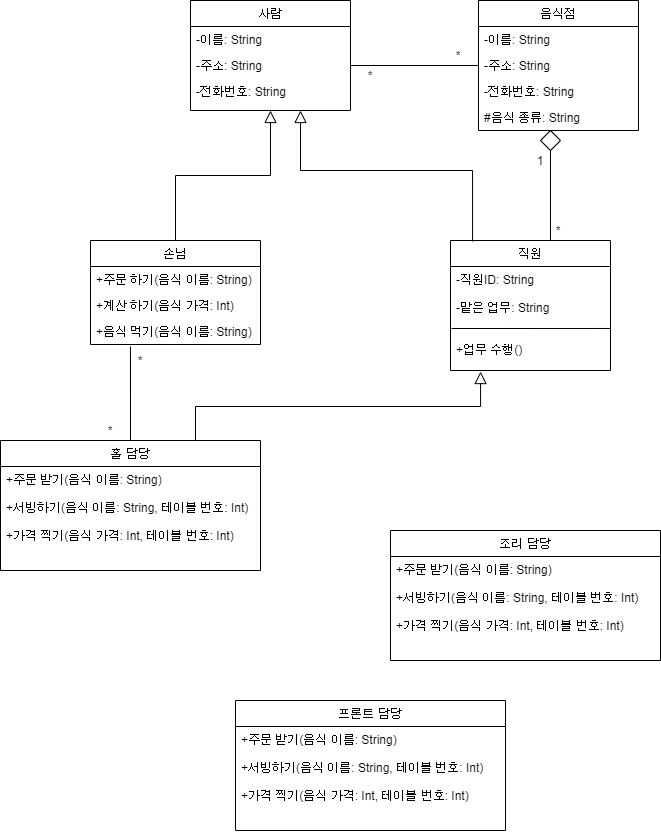
HyeminBaek/Software_engineering_HW keeps this draw.io diagram as Class Diagram.png. Above is the earlier version. Source tidied: cells renumbered, new cells last; positions are measured from the earlier drawing's top-left corner, leaving out a move shared by most shapes.
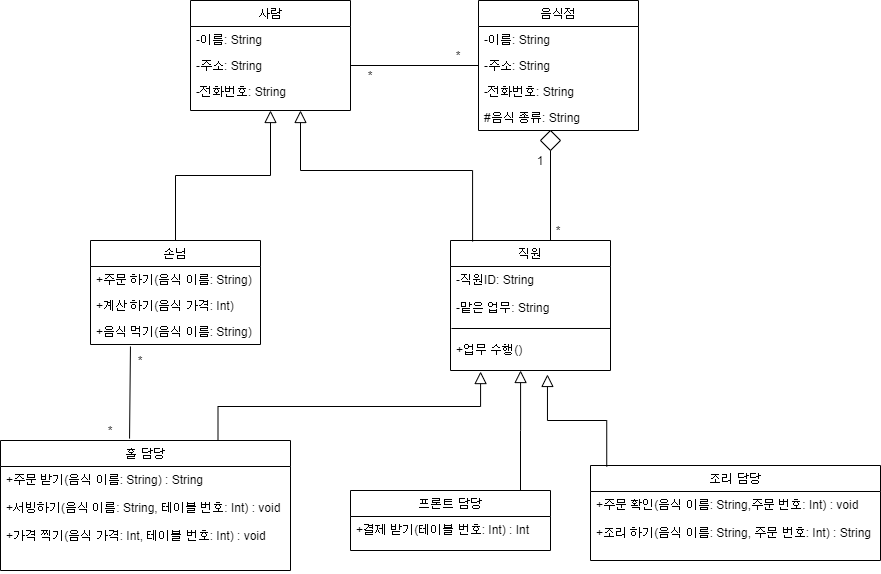
Above is the later version.

The edit, as a diff of the source:
```diff
@@ -86,10 +86,10 @@
       <mxGeometry x="538" y="220" width="40" height="20" as="geometry" />
     </mxCell>
     <mxCell id="27" value="홀 담당" style="swimlane;fontStyle=0;align=center;verticalAlign=top;horizontal=1;startSize=26;rounded=0;shadow=0;strokeWidth=1;" parent="1" vertex="1">
-      <mxGeometry y="440" width="260" height="130" as="geometry" />
+      <mxGeometry y="440" width="290" height="130" as="geometry" />
     </mxCell>
-    <mxCell id="28" value="+주문 받기(음식 이름: String)&#10;&#10;+서빙하기(음식 이름: String, 테이블 번호: Int)&#10;&#10;+가격 찍기(음식 가격: Int, 테이블 번호: Int)" style="text;align=left;verticalAlign=top;spacingLeft=4;spacingRight=4;overflow=hidden;" parent="27" vertex="1">
-      <mxGeometry y="26" width="260" height="104" as="geometry" />
+    <mxCell id="28" value="+주문 받기(음식 이름: String) : String&#10;&#10;+서빙하기(음식 이름: String, 테이블 번호: Int) : void&#10;&#10;+가격 찍기(음식 가격: Int, 테이블 번호: Int) : void" style="text;align=left;verticalAlign=top;spacingLeft=4;spacingRight=4;overflow=hidden;" parent="27" vertex="1">
+      <mxGeometry y="26" width="290" height="104" as="geometry" />
     </mxCell>
     <mxCell id="29" value="*" style="text;html=1;strokeColor=none;fillColor=none;align=center;verticalAlign=middle;whiteSpace=wrap;rounded=0;" parent="1" vertex="1">
       <mxGeometry x="120" y="350" width="40" height="20" as="geometry" />
@@ -98,22 +98,31 @@
       <mxGeometry x="90" y="420" width="40" height="20" as="geometry" />
     </mxCell>
     <mxCell id="31" value="프론트 담당" style="swimlane;fontStyle=0;align=center;verticalAlign=top;horizontal=1;startSize=26;rounded=0;shadow=0;strokeWidth=1;" parent="1" vertex="1">
-      <mxGeometry x="235" y="700" width="270" height="130" as="geometry" />
+      <mxGeometry x="350" y="490" width="200" height="60" as="geometry" />
     </mxCell>
-    <mxCell id="32" value="+주문 받기(음식 이름: String)&#10;&#10;+서빙하기(음식 이름: String, 테이블 번호: Int)&#10;&#10;+가격 찍기(음식 가격: Int, 테이블 번호: Int)" style="text;align=left;verticalAlign=top;spacingLeft=4;spacingRight=4;overflow=hidden;" parent="31" vertex="1">
-      <mxGeometry y="26" width="270" height="104" as="geometry" />
+    <mxCell id="32" value="+결제 받기(테이블 번호: Int) : Int" style="text;align=left;verticalAlign=top;spacingLeft=4;spacingRight=4;overflow=hidden;" parent="31" vertex="1">
+      <mxGeometry y="26" width="200" height="34" as="geometry" />
     </mxCell>
     <mxCell id="33" value="조리 담당" style="swimlane;fontStyle=0;align=center;verticalAlign=top;horizontal=1;startSize=26;rounded=0;shadow=0;strokeWidth=1;" parent="1" vertex="1">
-      <mxGeometry x="390" y="530" width="270" height="130" as="geometry" />
+      <mxGeometry x="590" y="465" width="290" height="95" as="geometry" />
     </mxCell>
-    <mxCell id="34" value="+주문 받기(음식 이름: String)&#10;&#10;+서빙하기(음식 이름: String, 테이블 번호: Int)&#10;&#10;+가격 찍기(음식 가격: Int, 테이블 번호: Int)" style="text;align=left;verticalAlign=top;spacingLeft=4;spacingRight=4;overflow=hidden;" parent="33" vertex="1">
-      <mxGeometry y="26" width="270" height="104" as="geometry" />
+    <mxCell id="34" value="+주문 확인(음식 이름: String,주문 번호: Int) : void&#10;&#10;+조리 하기(음식 이름: String, 주문 번호: Int) : String" style="text;align=left;verticalAlign=top;spacingLeft=4;spacingRight=4;overflow=hidden;" parent="33" vertex="1">
+      <mxGeometry y="26" width="290" height="64" as="geometry" />
     </mxCell>
     <mxCell id="35" style="endArrow=block;endSize=10;endFill=0;shadow=0;strokeWidth=1;rounded=0;edgeStyle=elbowEdgeStyle;elbow=vertical;exitX=0.75;exitY=0;exitDx=0;exitDy=0;entryX=0.188;entryY=1.01;entryDx=0;entryDy=0;entryPerimeter=0;" parent="1" edge="1" source="27" target="13">
       <mxGeometry relative="1" as="geometry" />
     </mxCell>
-    <mxCell id="36" style="endArrow=none;html=1;exitX=0.5;exitY=0;exitDx=0;exitDy=0;entryX=0.235;entryY=1.077;entryDx=0;entryDy=0;entryPerimeter=0;" parent="1" edge="1" source="27" target="9">
+    <mxCell id="36" style="endArrow=none;html=1;exitX=0.445;exitY=-0.015;exitDx=0;exitDy=0;entryX=0.235;entryY=1.077;entryDx=0;entryDy=0;entryPerimeter=0;exitPerimeter=0;" parent="1" edge="1" source="27" target="9">
       <mxGeometry relative="1" as="geometry" />
     </mxCell>
+    <mxCell id="37" style="endArrow=block;endSize=10;endFill=0;shadow=0;strokeWidth=1;rounded=0;edgeStyle=elbowEdgeStyle;elbow=vertical;entryX=0.606;entryY=1.038;entryDx=0;entryDy=0;entryPerimeter=0;exitX=0.056;exitY=0.011;exitDx=0;exitDy=0;exitPerimeter=0;" parent="1" edge="1" source="33" target="13">
+      <mxGeometry relative="1" as="geometry" />
+    </mxCell>
+    <mxCell id="38" style="endArrow=block;endSize=10;endFill=0;shadow=0;strokeWidth=1;rounded=0;edgeStyle=elbowEdgeStyle;elbow=vertical;entryX=0.963;entryY=1.038;entryDx=0;entryDy=0;entryPerimeter=0;" parent="1" edge="1">
+      <mxGeometry relative="1" as="geometry">
+        <mxPoint x="520" y="490" as="sourcePoint" />
+        <mxPoint x="520.1" y="370" as="targetPoint" />
+      </mxGeometry>
+    </mxCell>
   </root>
 </mxGraphModel>
```
